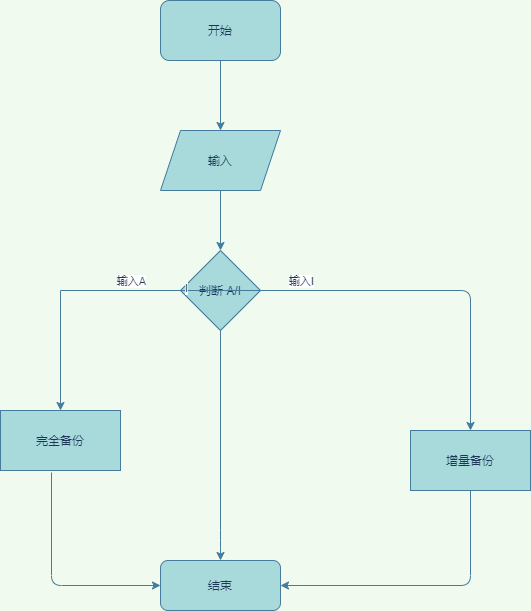
Earlier version of the draw.io export mysql-shell/xtrabackup.png (bluefird/basic-mysql). Source tidied: cells renumbered, new cells last; positions are measured from the earlier drawing's top-left corner, leaving out a move shared by most shapes. Source of this version:
```xml
<mxGraphModel background="#F1FAEE">
  <root>
    <mxCell id="0" />
    <mxCell id="1" parent="0" />
    <mxCell id="2" style="edgeStyle=orthogonalEdgeStyle;rounded=0;jettySize=auto;html=1;labelBackgroundColor=#F1FAEE;strokeColor=#457B9D;fontColor=#1D3557;" parent="1" edge="1" source="3" target="5">
      <mxGeometry relative="1" as="geometry" />
    </mxCell>
    <mxCell id="3" value="开始" style="rounded=1;whiteSpace=wrap;html=1;fillColor=#A8DADC;strokeColor=#457B9D;fontColor=#1D3557;" parent="1" vertex="1">
      <mxGeometry x="160" width="120" height="60" as="geometry" />
    </mxCell>
    <mxCell id="4" style="edgeStyle=orthogonalEdgeStyle;rounded=0;jettySize=auto;html=1;labelBackgroundColor=#F1FAEE;strokeColor=#457B9D;fontColor=#1D3557;" parent="1" edge="1" source="5" target="8">
      <mxGeometry relative="1" as="geometry" />
    </mxCell>
    <mxCell id="5" value="输入" style="shape=parallelogram;perimeter=parallelogramPerimeter;whiteSpace=wrap;html=1;fixedSize=1;fillColor=#A8DADC;strokeColor=#457B9D;fontColor=#1D3557;" parent="1" vertex="1">
      <mxGeometry x="160" y="130" width="120" height="60" as="geometry" />
    </mxCell>
    <mxCell id="6" style="edgeStyle=orthogonalEdgeStyle;curved=0;rounded=0;sketch=0;jettySize=auto;html=1;strokeColor=#457B9D;fillColor=#A8DADC;fontColor=#1D3557;" parent="1" edge="1" source="8" target="14">
      <mxGeometry relative="1" as="geometry" />
    </mxCell>
    <mxCell id="7" value="输入A" style="edgeLabel;html=1;align=center;verticalAlign=middle;fontColor=#1D3557;" parent="6" vertex="1">
      <mxGeometry x="-0.58" y="2" relative="1" as="geometry">
        <mxPoint y="-12" as="offset" />
      </mxGeometry>
    </mxCell>
    <mxCell id="8" value="判断 A/I" style="rhombus;whiteSpace=wrap;html=1;fillColor=#A8DADC;strokeColor=#457B9D;fontColor=#1D3557;" parent="1" vertex="1">
      <mxGeometry x="180" y="250" width="80" height="80" as="geometry" />
    </mxCell>
    <mxCell id="9" value="结束" style="rounded=1;whiteSpace=wrap;html=1;fillColor=#A8DADC;strokeColor=#457B9D;fontColor=#1D3557;" parent="1" vertex="1">
      <mxGeometry x="160" y="560" width="120" height="50" as="geometry" />
    </mxCell>
    <mxCell id="10" value="增量备份" style="rounded=0;whiteSpace=wrap;html=1;fillColor=#A8DADC;strokeColor=#457B9D;fontColor=#1D3557;" parent="1" vertex="1">
      <mxGeometry x="410" y="430" width="120" height="60" as="geometry" />
    </mxCell>
    <mxCell id="11" style="edgeStyle=elbowEdgeStyle;elbow=horizontal;endArrow=classic;html=1;exitX=1;exitY=0.5;exitDx=0;exitDy=0;labelBackgroundColor=#F1FAEE;strokeColor=#457B9D;fontColor=#1D3557;" parent="1" edge="1">
      <mxGeometry relative="1" as="geometry">
        <mxPoint x="150" y="290" as="sourcePoint" />
        <mxPoint x="470" y="430" as="targetPoint" />
        <Array as="points">
          <mxPoint x="470" y="350" />
        </Array>
      </mxGeometry>
    </mxCell>
    <mxCell id="12" value="I" style="edgeLabel;html=1;align=center;verticalAlign=middle;fontColor=#1D3557;" parent="11" vertex="1">
      <mxGeometry x="-0.85" y="3" relative="1" as="geometry" />
    </mxCell>
    <mxCell id="13" value="输入I" style="edgeLabel;html=1;align=center;verticalAlign=middle;fontColor=#1D3557;" parent="11" vertex="1">
      <mxGeometry x="-0.83" y="3" relative="1" as="geometry">
        <mxPoint x="111" y="-7" as="offset" />
      </mxGeometry>
    </mxCell>
    <mxCell id="14" value="完全备份" style="whiteSpace=wrap;html=1;fontColor=#1D3557;strokeColor=#457B9D;fillColor=#A8DADC;" parent="1" vertex="1">
      <mxGeometry y="410" width="120" height="60" as="geometry" />
    </mxCell>
    <mxCell id="15" style="edgeStyle=segmentEdgeStyle;endArrow=classic;html=1;strokeColor=#457B9D;fillColor=#A8DADC;fontColor=#1D3557;exitX=0.5;exitY=1;exitDx=0;exitDy=0;entryX=0.5;entryY=0;entryDx=0;entryDy=0;" parent="1" edge="1" source="8" target="9">
      <mxGeometry relative="1" as="geometry">
        <Array as="points">
          <mxPoint x="220" y="540" />
          <mxPoint x="220" y="540" />
        </Array>
      </mxGeometry>
    </mxCell>
    <mxCell id="16" style="edgeStyle=elbowEdgeStyle;elbow=vertical;endArrow=classic;html=1;strokeColor=#457B9D;fillColor=#A8DADC;fontColor=#1D3557;exitX=0.5;exitY=1;exitDx=0;exitDy=0;entryX=1;entryY=0.5;entryDx=0;entryDy=0;" parent="1" edge="1" source="10" target="9">
      <mxGeometry relative="1" as="geometry">
        <Array as="points">
          <mxPoint x="430" y="585" />
          <mxPoint x="430" y="580" />
          <mxPoint x="380" y="580" />
          <mxPoint x="420" y="665" />
        </Array>
      </mxGeometry>
    </mxCell>
    <mxCell id="17" style="edgeStyle=elbowEdgeStyle;elbow=vertical;endArrow=classic;html=1;strokeColor=#457B9D;fillColor=#A8DADC;fontColor=#1D3557;exitX=0.425;exitY=1.033;exitDx=0;exitDy=0;exitPerimeter=0;entryX=0;entryY=0.5;entryDx=0;entryDy=0;" parent="1" edge="1" source="14" target="9">
      <mxGeometry relative="1" as="geometry">
        <Array as="points">
          <mxPoint x="110" y="585" />
        </Array>
      </mxGeometry>
    </mxCell>
  </root>
</mxGraphModel>
```
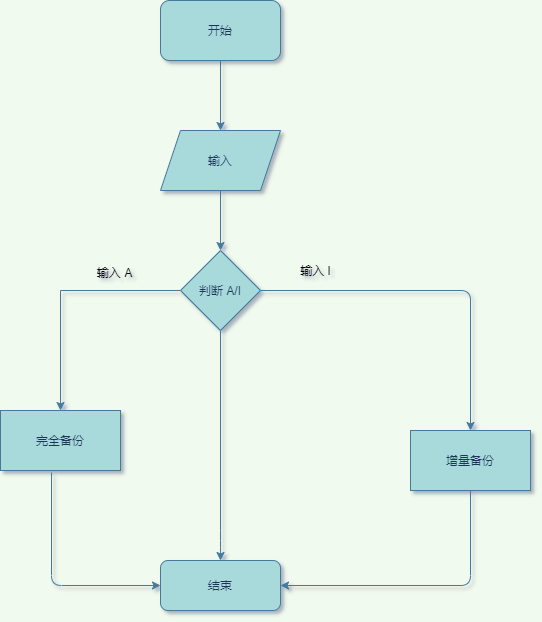
The same diagram one commit later.

The edit, as a diff of the source:
```diff
@@ -1,4 +1,4 @@
-<mxGraphModel background="#F1FAEE">
+<mxGraphModel background="#F1FAEE" shadow="1">
   <root>
     <mxCell id="0" />
     <mxCell id="1" parent="0" />
@@ -17,11 +17,6 @@
     <mxCell id="6" style="edgeStyle=orthogonalEdgeStyle;curved=0;rounded=0;sketch=0;jettySize=auto;html=1;strokeColor=#457B9D;fillColor=#A8DADC;fontColor=#1D3557;" parent="1" edge="1" source="8" target="14">
       <mxGeometry relative="1" as="geometry" />
     </mxCell>
-    <mxCell id="7" value="输入A" style="edgeLabel;html=1;align=center;verticalAlign=middle;fontColor=#1D3557;" parent="6" vertex="1">
-      <mxGeometry x="-0.58" y="2" relative="1" as="geometry">
-        <mxPoint y="-12" as="offset" />
-      </mxGeometry>
-    </mxCell>
     <mxCell id="8" value="判断 A/I" style="rhombus;whiteSpace=wrap;html=1;fillColor=#A8DADC;strokeColor=#457B9D;fontColor=#1D3557;" parent="1" vertex="1">
       <mxGeometry x="180" y="250" width="80" height="80" as="geometry" />
     </mxCell>
@@ -31,23 +26,14 @@
     <mxCell id="10" value="增量备份" style="rounded=0;whiteSpace=wrap;html=1;fillColor=#A8DADC;strokeColor=#457B9D;fontColor=#1D3557;" parent="1" vertex="1">
       <mxGeometry x="410" y="430" width="120" height="60" as="geometry" />
     </mxCell>
-    <mxCell id="11" style="edgeStyle=elbowEdgeStyle;elbow=horizontal;endArrow=classic;html=1;exitX=1;exitY=0.5;exitDx=0;exitDy=0;labelBackgroundColor=#F1FAEE;strokeColor=#457B9D;fontColor=#1D3557;" parent="1" edge="1">
+    <mxCell id="11" style="edgeStyle=elbowEdgeStyle;elbow=horizontal;endArrow=classic;html=1;exitX=1;exitY=0.5;exitDx=0;exitDy=0;labelBackgroundColor=#F1FAEE;strokeColor=#457B9D;fontColor=#1D3557;entryX=0.5;entryY=0;entryDx=0;entryDy=0;" parent="1" edge="1" source="8" target="10">
       <mxGeometry relative="1" as="geometry">
-        <mxPoint x="150" y="290" as="sourcePoint" />
-        <mxPoint x="470" y="430" as="targetPoint" />
         <Array as="points">
-          <mxPoint x="470" y="350" />
+          <mxPoint x="470" y="360" />
+          <mxPoint x="610" y="340" />
         </Array>
       </mxGeometry>
     </mxCell>
-    <mxCell id="12" value="I" style="edgeLabel;html=1;align=center;verticalAlign=middle;fontColor=#1D3557;" parent="11" vertex="1">
-      <mxGeometry x="-0.85" y="3" relative="1" as="geometry" />
-    </mxCell>
-    <mxCell id="13" value="输入I" style="edgeLabel;html=1;align=center;verticalAlign=middle;fontColor=#1D3557;" parent="11" vertex="1">
-      <mxGeometry x="-0.83" y="3" relative="1" as="geometry">
-        <mxPoint x="111" y="-7" as="offset" />
-      </mxGeometry>
-    </mxCell>
     <mxCell id="14" value="完全备份" style="whiteSpace=wrap;html=1;fontColor=#1D3557;strokeColor=#457B9D;fillColor=#A8DADC;" parent="1" vertex="1">
       <mxGeometry y="410" width="120" height="60" as="geometry" />
     </mxCell>
@@ -76,5 +62,11 @@
         </Array>
       </mxGeometry>
     </mxCell>
+    <mxCell id="18" value="输入 I&amp;nbsp; &amp;nbsp;" style="text;html=1;align=center;verticalAlign=middle;" parent="1" vertex="1">
+      <mxGeometry x="290" y="260" width="60" height="20" as="geometry" />
+    </mxCell>
+    <mxCell id="19" value="输入 A" style="text;html=1;align=center;verticalAlign=middle;" parent="1" vertex="1">
+      <mxGeometry x="89" y="262" width="50" height="20" as="geometry" />
+    </mxCell>
   </root>
 </mxGraphModel>
```
